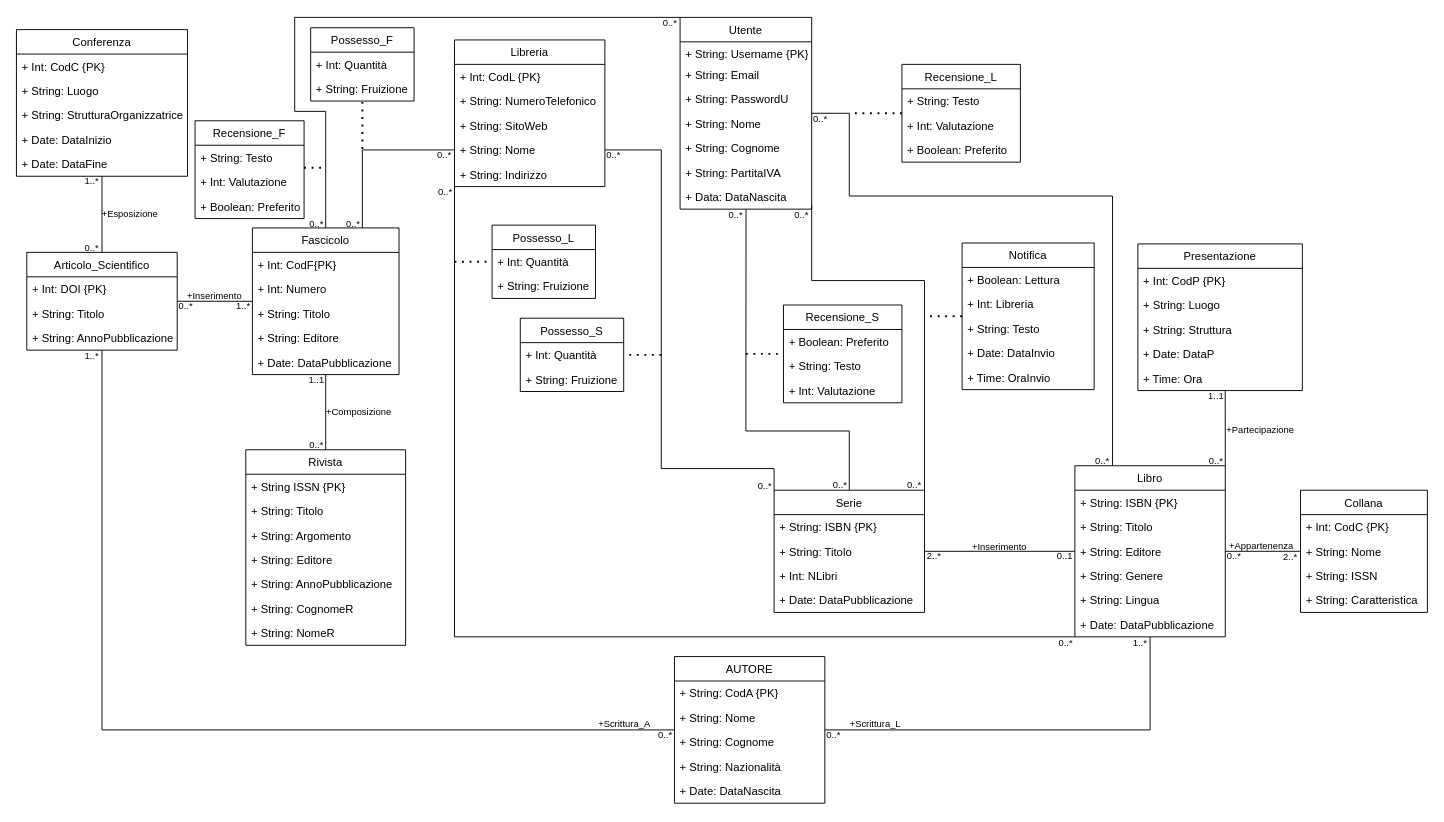
Giovk/Sistema-di-una-Bibleoteca-Digitale keeps this draw.io diagram as page "Pagina-2" (2 of 2) of DiagrammaUML(ristrutturato).drawio. Above is the earlier version. Source tidied: cells renumbered, new cells numbered last; positions are measured from the earlier drawing's top-left corner, leaving out a move shared by most shapes. Both pictures are drawn from the tidied source at 94%, with x=0, y=0 at pixel (16, 17).
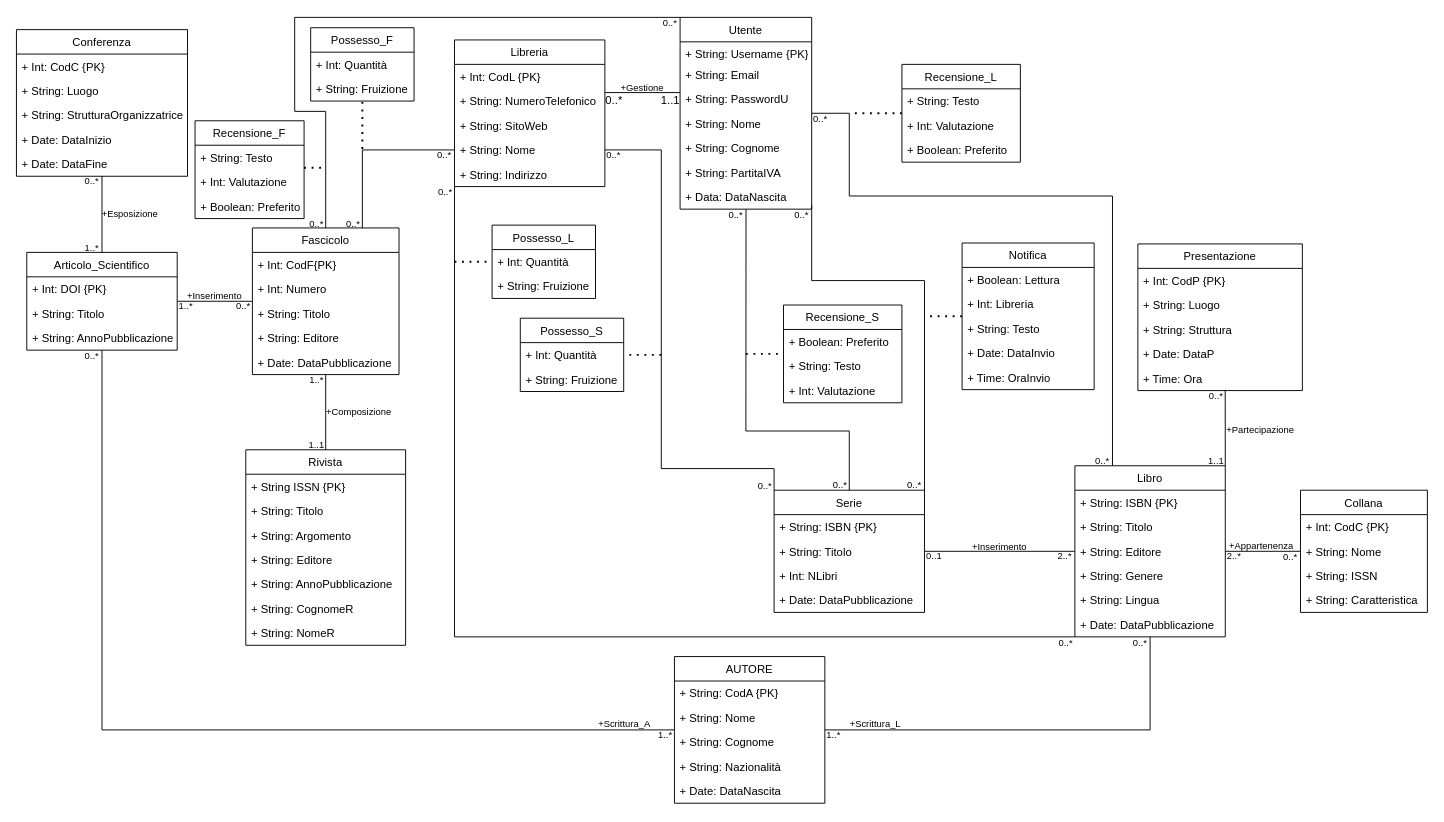
After the change.

What changed in the source:
```diff
@@
-    <mxCell id="27" value="&lt;font style=&quot;font-size: 10px;&quot;&gt;0..*&lt;/font&gt;" style="text;html=1;strokeColor=none;fillColor=none;align=center;verticalAlign=middle;whiteSpace=wrap;rounded=0;" parent="1" vertex="1">
+    <mxCell id="27" value="&lt;font style=&quot;font-size: 10px;&quot;&gt;1..*&lt;/font&gt;" style="text;html=1;strokeColor=none;fillColor=none;align=center;verticalAlign=middle;whiteSpace=wrap;rounded=0;" parent="1" vertex="1">
       <mxGeometry x="171" y="302" width="19" height="10" as="geometry" />
     </mxCell>
@@
-    <mxCell id="29" value="&lt;font style=&quot;font-size: 10px;&quot;&gt;1..*&lt;/font&gt;" style="text;html=1;strokeColor=none;fillColor=none;align=center;verticalAlign=middle;whiteSpace=wrap;rounded=0;" parent="1" vertex="1">
+    <mxCell id="29" value="&lt;font style=&quot;font-size: 10px;&quot;&gt;0..*&lt;/font&gt;" style="text;html=1;strokeColor=none;fillColor=none;align=center;verticalAlign=middle;whiteSpace=wrap;rounded=0;" parent="1" vertex="1">
       <mxGeometry x="232" y="302" width="19" height="10" as="geometry" />
     </mxCell>
-    <mxCell id="30" value="&lt;font style=&quot;font-size: 10px;&quot;&gt;0..*&lt;/font&gt;" style="text;html=1;strokeColor=none;fillColor=none;align=center;verticalAlign=middle;whiteSpace=wrap;rounded=0;" parent="1" vertex="1">
+    <mxCell id="30" value="&lt;font style=&quot;font-size: 10px;&quot;&gt;1..*&lt;/font&gt;" style="text;html=1;strokeColor=none;fillColor=none;align=center;verticalAlign=middle;whiteSpace=wrap;rounded=0;" parent="1" vertex="1">
       <mxGeometry x="71" y="240" width="19" height="10" as="geometry" />
     </mxCell>
-    <mxCell id="31" value="&lt;font style=&quot;font-size: 10px;&quot;&gt;1..*&lt;/font&gt;" style="text;html=1;strokeColor=none;fillColor=none;align=center;verticalAlign=middle;whiteSpace=wrap;rounded=0;" parent="1" vertex="1">
+    <mxCell id="31" value="&lt;font style=&quot;font-size: 10px;&quot;&gt;0..*&lt;/font&gt;" style="text;html=1;strokeColor=none;fillColor=none;align=center;verticalAlign=middle;whiteSpace=wrap;rounded=0;" parent="1" vertex="1">
       <mxGeometry x="71" y="169" width="19" height="10" as="geometry" />
     </mxCell>
@@
-    <mxCell id="60" value="&lt;font style=&quot;font-size: 10px;&quot;&gt;2..*&lt;/font&gt;" style="text;html=1;strokeColor=none;fillColor=none;align=center;verticalAlign=middle;whiteSpace=wrap;rounded=0;" parent="1" vertex="1">
+    <mxCell id="60" value="&lt;font style=&quot;font-size: 10px;&quot;&gt;0..1&lt;/font&gt;" style="text;html=1;strokeColor=none;fillColor=none;align=center;verticalAlign=middle;whiteSpace=wrap;rounded=0;" parent="1" vertex="1">
       <mxGeometry x="967" y="568" width="19" height="10" as="geometry" />
     </mxCell>
-    <mxCell id="61" value="&lt;font style=&quot;font-size: 10px;&quot;&gt;0..1&lt;/font&gt;" style="text;html=1;strokeColor=none;fillColor=none;align=center;verticalAlign=middle;whiteSpace=wrap;rounded=0;" parent="1" vertex="1">
+    <mxCell id="61" value="&lt;font style=&quot;font-size: 10px;&quot;&gt;2..*&lt;/font&gt;" style="text;html=1;strokeColor=none;fillColor=none;align=center;verticalAlign=middle;whiteSpace=wrap;rounded=0;" parent="1" vertex="1">
       <mxGeometry x="1106" y="568" width="19" height="10" as="geometry" />
     </mxCell>
-    <mxCell id="62" value="&lt;font style=&quot;font-size: 10px;&quot;&gt;0..*&lt;/font&gt;" style="text;html=1;strokeColor=none;fillColor=none;align=center;verticalAlign=middle;whiteSpace=wrap;rounded=0;" parent="1" vertex="1">
+    <mxCell id="62" value="&lt;font style=&quot;font-size: 10px;&quot;&gt;2..*&lt;/font&gt;" style="text;html=1;strokeColor=none;fillColor=none;align=center;verticalAlign=middle;whiteSpace=wrap;rounded=0;" parent="1" vertex="1">
       <mxGeometry x="1286" y="568" width="19" height="10" as="geometry" />
     </mxCell>
-    <mxCell id="63" value="&lt;font style=&quot;font-size: 10px;&quot;&gt;2..*&lt;/font&gt;" style="text;html=1;strokeColor=none;fillColor=none;align=center;verticalAlign=middle;whiteSpace=wrap;rounded=0;" parent="1" vertex="1">
+    <mxCell id="63" value="&lt;font style=&quot;font-size: 10px;&quot;&gt;0..*&lt;/font&gt;" style="text;html=1;strokeColor=none;fillColor=none;align=center;verticalAlign=middle;whiteSpace=wrap;rounded=0;" parent="1" vertex="1">
       <mxGeometry x="1346" y="569" width="19" height="10" as="geometry" />
     </mxCell>
@@
-    <mxCell id="74" value="&lt;font style=&quot;font-size: 10px;&quot;&gt;0..*&lt;/font&gt;" style="text;html=1;strokeColor=none;fillColor=none;align=center;verticalAlign=middle;whiteSpace=wrap;rounded=0;" parent="1" vertex="1">
+    <mxCell id="74" value="&lt;font style=&quot;font-size: 10px;&quot;&gt;1..1&lt;/font&gt;" style="text;html=1;strokeColor=none;fillColor=none;align=center;verticalAlign=middle;whiteSpace=wrap;rounded=0;" parent="1" vertex="1">
       <mxGeometry x="310" y="450" width="19" height="10" as="geometry" />
     </mxCell>
-    <mxCell id="75" value="&lt;font style=&quot;font-size: 10px;&quot;&gt;1..1&lt;/font&gt;" style="text;html=1;strokeColor=none;fillColor=none;align=center;verticalAlign=middle;whiteSpace=wrap;rounded=0;" parent="1" vertex="1">
+    <mxCell id="75" value="&lt;font style=&quot;font-size: 10px;&quot;&gt;1..*&lt;/font&gt;" style="text;html=1;strokeColor=none;fillColor=none;align=center;verticalAlign=middle;whiteSpace=wrap;rounded=0;" parent="1" vertex="1">
       <mxGeometry x="310" y="380" width="19" height="10" as="geometry" />
     </mxCell>
@@
-    <mxCell id="132" value="&lt;font style=&quot;font-size: 10px;&quot;&gt;0..*&lt;/font&gt;" style="text;html=1;strokeColor=none;fillColor=none;align=center;verticalAlign=middle;whiteSpace=wrap;rounded=0;" parent="1" vertex="1">
+    <mxCell id="132" value="&lt;font style=&quot;font-size: 10px;&quot;&gt;1..*&lt;/font&gt;" style="text;html=1;strokeColor=none;fillColor=none;align=center;verticalAlign=middle;whiteSpace=wrap;rounded=0;" parent="1" vertex="1">
       <mxGeometry x="681" y="758" width="19" height="10" as="geometry" />
     </mxCell>
-    <mxCell id="133" value="&lt;font style=&quot;font-size: 10px;&quot;&gt;0..*&lt;/font&gt;" style="text;html=1;strokeColor=none;fillColor=none;align=center;verticalAlign=middle;whiteSpace=wrap;rounded=0;" parent="1" vertex="1">
+    <mxCell id="133" value="&lt;font style=&quot;font-size: 10px;&quot;&gt;1..*&lt;/font&gt;" style="text;html=1;strokeColor=none;fillColor=none;align=center;verticalAlign=middle;whiteSpace=wrap;rounded=0;" parent="1" vertex="1">
       <mxGeometry x="860" y="758" width="19" height="10" as="geometry" />
     </mxCell>
-    <mxCell id="134" value="&lt;font style=&quot;font-size: 10px;&quot;&gt;1..*&lt;/font&gt;" style="text;html=1;strokeColor=none;fillColor=none;align=center;verticalAlign=middle;whiteSpace=wrap;rounded=0;" parent="1" vertex="1">
+    <mxCell id="134" value="&lt;font style=&quot;font-size: 10px;&quot;&gt;0..*&lt;/font&gt;" style="text;html=1;strokeColor=none;fillColor=none;align=center;verticalAlign=middle;whiteSpace=wrap;rounded=0;" parent="1" vertex="1">
       <mxGeometry x="71" y="355" width="19" height="10" as="geometry" />
     </mxCell>
@@
-    <mxCell id="144" value="&lt;font style=&quot;font-size: 10px;&quot;&gt;1..*&lt;/font&gt;" style="text;html=1;strokeColor=none;fillColor=none;align=center;verticalAlign=middle;whiteSpace=wrap;rounded=0;" parent="1" vertex="1">
+    <mxCell id="144" value="&lt;font style=&quot;font-size: 10px;&quot;&gt;0..*&lt;/font&gt;" style="text;html=1;strokeColor=none;fillColor=none;align=center;verticalAlign=middle;whiteSpace=wrap;rounded=0;" parent="1" vertex="1">
       <mxGeometry x="1186" y="660" width="19" height="10" as="geometry" />
     </mxCell>
@@
-    <mxCell id="147" value="&lt;font style=&quot;font-size: 10px;&quot;&gt;0..*&lt;/font&gt;" style="text;html=1;strokeColor=none;fillColor=none;align=center;verticalAlign=middle;whiteSpace=wrap;rounded=0;" parent="1" vertex="1">
+    <mxCell id="147" value="&lt;font style=&quot;font-size: 10px;&quot;&gt;1..1&lt;/font&gt;" style="text;html=1;strokeColor=none;fillColor=none;align=center;verticalAlign=middle;whiteSpace=wrap;rounded=0;" parent="1" vertex="1">
       <mxGeometry x="1267" y="467" width="19" height="10" as="geometry" />
     </mxCell>
-    <mxCell id="148" value="&lt;font style=&quot;font-size: 10px;&quot;&gt;1..1&lt;/font&gt;" style="text;html=1;strokeColor=none;fillColor=none;align=center;verticalAlign=middle;whiteSpace=wrap;rounded=0;" parent="1" vertex="1">
+    <mxCell id="148" value="&lt;font style=&quot;font-size: 10px;&quot;&gt;0..*&lt;/font&gt;" style="text;html=1;strokeColor=none;fillColor=none;align=center;verticalAlign=middle;whiteSpace=wrap;rounded=0;" parent="1" vertex="1">
       <mxGeometry x="1267" y="397" width="19" height="10" as="geometry" />
     </mxCell>
@@
+    <mxCell id="156" style="endArrow=none;html=1;rounded=0;" parent="1" edge="1">
+      <mxGeometry relative="1" as="geometry">
+        <mxPoint x="626" y="80" as="sourcePoint" />
+        <mxPoint x="706" y="80" as="targetPoint" />
+      </mxGeometry>
+    </mxCell>
+    <mxCell id="157" value="&lt;font style=&quot;font-size: 10px;&quot;&gt;+Gestione&lt;/font&gt;" style="text;html=1;strokeColor=none;fillColor=none;align=center;verticalAlign=middle;whiteSpace=wrap;rounded=0;" parent="1" vertex="1">
+      <mxGeometry x="636" y="70" width="60" height="10" as="geometry" />
+    </mxCell>
+    <mxCell id="158" value="0..*" style="text;html=1;strokeColor=none;fillColor=none;align=center;verticalAlign=middle;whiteSpace=wrap;rounded=0;" parent="1" vertex="1">
+      <mxGeometry x="605.5" y="80" width="60" height="18" as="geometry" />
+    </mxCell>
+    <mxCell id="159" value="1..1" style="text;html=1;strokeColor=none;fillColor=none;align=center;verticalAlign=middle;whiteSpace=wrap;rounded=0;" parent="1" vertex="1">
+      <mxGeometry x="665.5" y="80" width="60" height="18" as="geometry" />
+    </mxCell>
```
